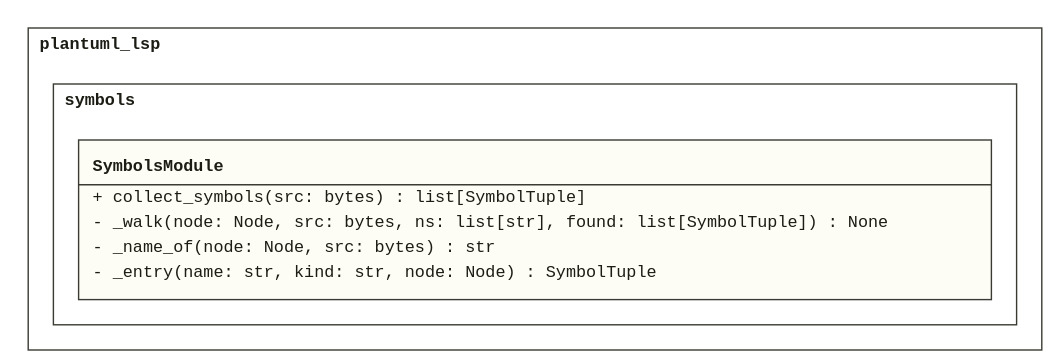
This is doc/assets/CL_Symbols.svg from derivasoftware/plantuml-lsp, a PlantUML export, as it was before one commit. Its source is kept beside it as design/lld/plantuml_lsp/CL_Symbols.puml.
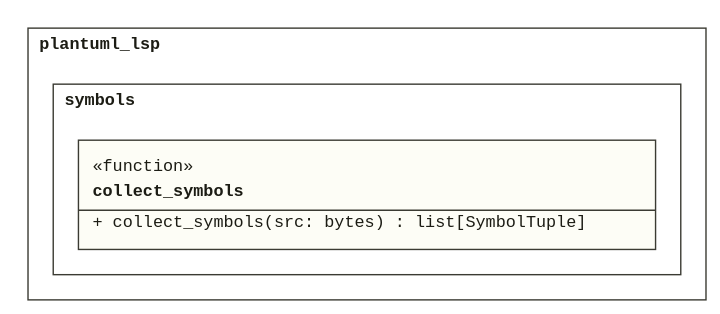
After the change.

Diff of the diagram source:
```diff
@@ -3,13 +3,9 @@
 !startsub SymbolsModule
 
 namespace plantuml_lsp.symbols {
-  class "<<module>>" as SymbolsModule {
+  class collect_symbols <<function>> {
     + collect_symbols(src: bytes) : list[SymbolTuple]
-    - _walk(node: Node, src: bytes, ns: list[str], found: list[SymbolTuple]) : None
-    - _name_of(node: Node, src: bytes) : str
-    - _entry(name: str, kind: str, node: Node) : SymbolTuple
   }
-  SymbolsModule ..> plantuml_lsp.parsing.ParsingModule
 }
 
 !endsub
```
